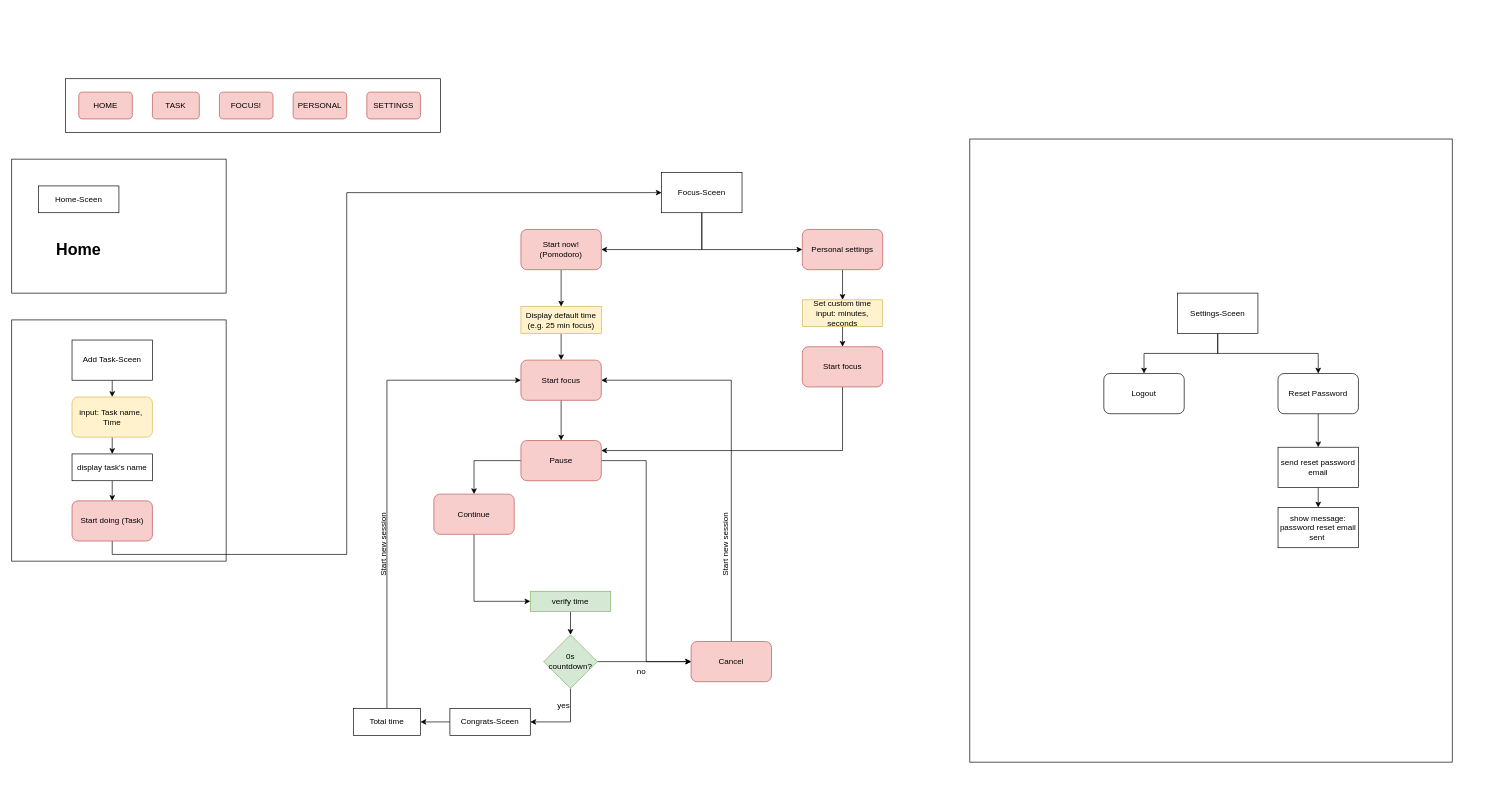
Above: page "Seite-2" (2 of 5) of Unbenanntes Diagramm.drawio in chauanhhhhh/Demo (draw.io), before the change. Source tidied: cells renumbered, new cells numbered last; positions are measured from the earlier drawing's top-left corner, leaving out a move shared by most shapes. Both pictures are drawn from the tidied source at 67%, with x=0, y=0 at pixel (11, 78).
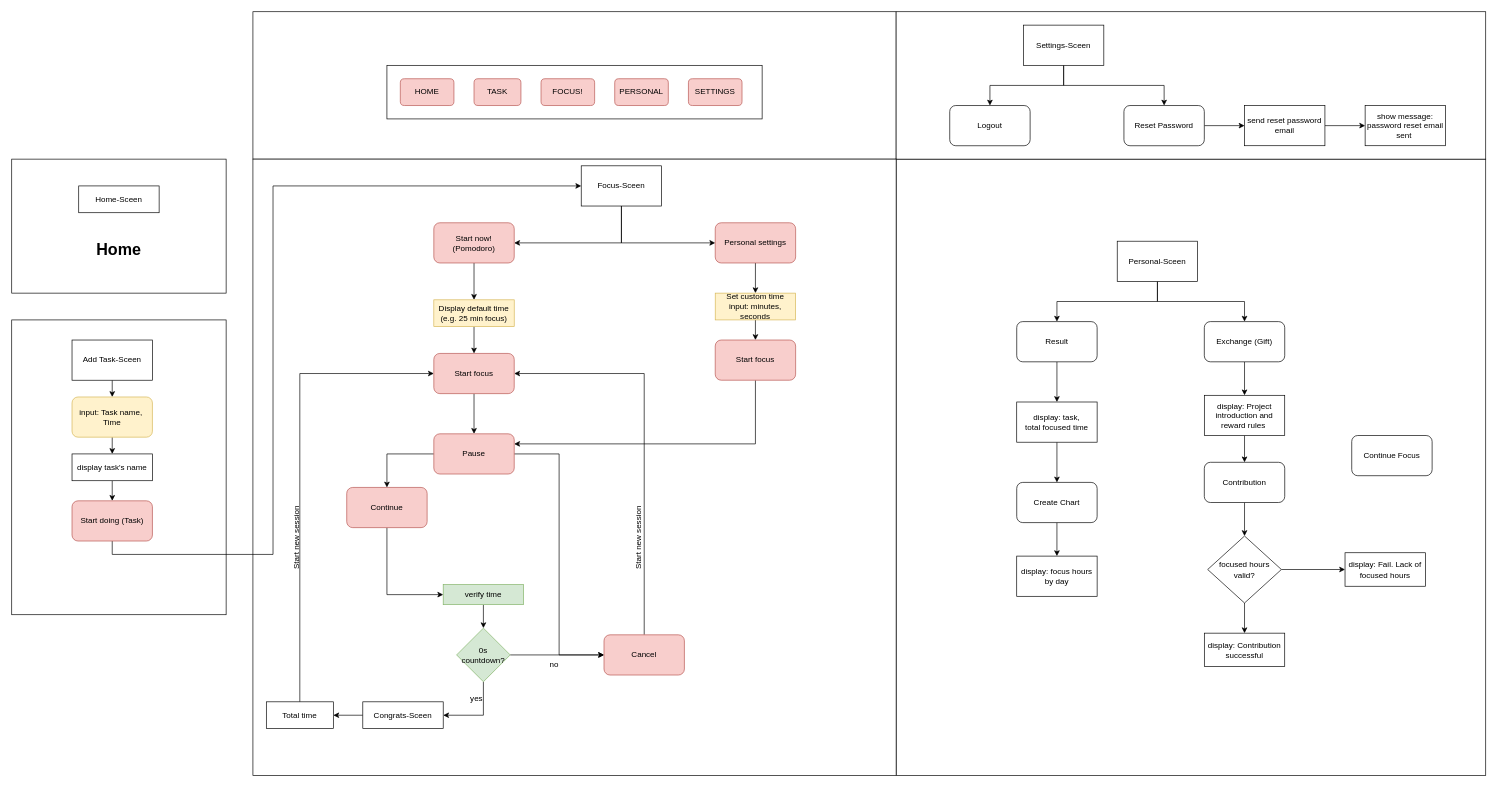
The same diagram, later.

Unchanged cells that the change refers to:
```xml
<mxCell id="17" value="Start doing (Task)" style="rounded=1;whiteSpace=wrap;html=1;fillColor=#f8cecc;strokeColor=#b85450;" parent="1" vertex="1">
  <mxGeometry x="90" y="630" width="120" height="60" as="geometry" />
</mxCell>
```

What changed in the source:
```diff
@@
+    <mxCell id="65" style="rounded=0;whiteSpace=wrap;html=1;" parent="1" vertex="1">
+      <mxGeometry x="360" y="-100" width="960" height="220" as="geometry" />
+    </mxCell>
+    <mxCell id="66" style="rounded=0;whiteSpace=wrap;html=1;" parent="1" vertex="1">
+      <mxGeometry x="1320" y="120" width="880" height="920" as="geometry" />
+    </mxCell>
+    <mxCell id="67" style="rounded=0;whiteSpace=wrap;html=1;" parent="1" vertex="1">
+      <mxGeometry x="1320" y="-100" width="880" height="220" as="geometry" />
+    </mxCell>
+    <mxCell id="68" style="rounded=0;whiteSpace=wrap;html=1;" parent="1" vertex="1">
+      <mxGeometry x="360" y="120" width="960" height="920" as="geometry" />
+    </mxCell>
     <mxCell id="2" style="rounded=0;whiteSpace=wrap;html=1;" parent="1" vertex="1">
-      <mxGeometry x="80" width="560" height="80" as="geometry" />
+      <mxGeometry x="560" y="-20" width="560" height="80" as="geometry" />
     </mxCell>
     <mxCell id="3" value="HOME" style="rounded=1;whiteSpace=wrap;html=1;fillColor=#f8cecc;strokeColor=#b85450;" parent="1" vertex="1">
-      <mxGeometry x="100" y="20" width="80" height="40" as="geometry" />
+      <mxGeometry x="580" width="80" height="40" as="geometry" />
     </mxCell>
     <mxCell id="4" value="SETTINGS" style="rounded=1;whiteSpace=wrap;html=1;fillColor=#f8cecc;strokeColor=#b85450;" parent="1" vertex="1">
-      <mxGeometry x="530" y="20" width="80" height="40" as="geometry" />
+      <mxGeometry x="1010" width="80" height="40" as="geometry" />
     </mxCell>
     <mxCell id="5" value="PERSONAL" style="rounded=1;whiteSpace=wrap;html=1;fillColor=#f8cecc;strokeColor=#b85450;" parent="1" vertex="1">
-      <mxGeometry x="420" y="20" width="80" height="40" as="geometry" />
+      <mxGeometry x="900" width="80" height="40" as="geometry" />
     </mxCell>
     <mxCell id="6" value="FOCUS!" style="rounded=1;whiteSpace=wrap;html=1;fillColor=#f8cecc;strokeColor=#b85450;" parent="1" vertex="1">
-      <mxGeometry x="310" y="20" width="80" height="40" as="geometry" />
+      <mxGeometry x="790" width="80" height="40" as="geometry" />
     </mxCell>
     <mxCell id="7" value="TASK" style="rounded=1;whiteSpace=wrap;html=1;fillColor=#f8cecc;strokeColor=#b85450;" parent="1" vertex="1">
-      <mxGeometry x="210" y="20" width="70" height="40" as="geometry" />
+      <mxGeometry x="690" width="70" height="40" as="geometry" />
     </mxCell>
@@
     <mxCell id="9" value="Home-Sceen" style="rounded=0;whiteSpace=wrap;html=1;" parent="1" vertex="1">
-      <mxGeometry x="40" y="160" width="120" height="40" as="geometry" />
+      <mxGeometry x="100" y="160" width="120" height="40" as="geometry" />
     </mxCell>
     <mxCell id="10" value="&lt;font style=&quot;font-size: 24px;&quot;&gt;&lt;b&gt;Home&lt;/b&gt;&lt;/font&gt;" style="text;html=1;align=center;verticalAlign=middle;whiteSpace=wrap;rounded=0;" parent="1" vertex="1">
-      <mxGeometry x="70" y="240" width="60" height="30" as="geometry" />
+      <mxGeometry x="130" y="240" width="60" height="30" as="geometry" />
     </mxCell>
     <mxCell id="11" style="rounded=0;whiteSpace=wrap;html=1;" parent="1" vertex="1">
-      <mxGeometry y="360" width="320" height="360" as="geometry" />
+      <mxGeometry y="360" width="320" height="440" as="geometry" />
     </mxCell>
@@
     <mxCell id="16" style="edgeStyle=orthogonalEdgeStyle;rounded=0;jettySize=auto;html=1;exitX=0.5;exitY=1;exitDx=0;exitDy=0;entryX=0;entryY=0.5;entryDx=0;entryDy=0;" parent="1" edge="1" source="17" target="20">
       <mxGeometry relative="1" as="geometry">
         <Array as="points">
           <mxPoint x="150" y="710" />
-          <mxPoint x="500" y="710" />
-          <mxPoint x="500" y="170" />
+          <mxPoint x="390" y="710" />
+          <mxPoint x="390" y="160" />
         </Array>
       </mxGeometry>
     </mxCell>
@@
     <mxCell id="20" value="Focus-Sceen" style="rounded=0;whiteSpace=wrap;html=1;" parent="1" vertex="1">
-      <mxGeometry x="970" y="140" width="120" height="60" as="geometry" />
+      <mxGeometry x="850" y="130" width="120" height="60" as="geometry" />
     </mxCell>
@@
     <mxCell id="22" value="Start now!&lt;div&gt;(Pomodoro)&lt;/div&gt;" style="rounded=1;whiteSpace=wrap;html=1;fillColor=#f8cecc;strokeColor=#b85450;" parent="1" vertex="1">
-      <mxGeometry x="760" y="225" width="120" height="60" as="geometry" />
+      <mxGeometry x="630" y="215" width="120" height="60" as="geometry" />
     </mxCell>
@@
     <mxCell id="24" value="Personal settings" style="rounded=1;whiteSpace=wrap;html=1;fillColor=#f8cecc;strokeColor=#b85450;" parent="1" vertex="1">
-      <mxGeometry x="1180" y="225" width="120" height="60" as="geometry" />
+      <mxGeometry x="1050" y="215" width="120" height="60" as="geometry" />
     </mxCell>
@@
     <mxCell id="26" value="Display default time&lt;div&gt;(e.g. 25 min focus)&lt;/div&gt;" style="rounded=0;whiteSpace=wrap;html=1;fillColor=#fff2cc;strokeColor=#d6b656;" parent="1" vertex="1">
-      <mxGeometry x="760" y="340" width="120" height="40" as="geometry" />
+      <mxGeometry x="630" y="330" width="120" height="40" as="geometry" />
     </mxCell>
@@
     <mxCell id="28" value="Start focus" style="rounded=1;whiteSpace=wrap;html=1;fillColor=#f8cecc;strokeColor=#b85450;" parent="1" vertex="1">
-      <mxGeometry x="760" y="420" width="120" height="60" as="geometry" />
+      <mxGeometry x="630" y="410" width="120" height="60" as="geometry" />
     </mxCell>
@@
     <mxCell id="31" value="Pause" style="rounded=1;whiteSpace=wrap;html=1;fillColor=#f8cecc;strokeColor=#b85450;" parent="1" vertex="1">
-      <mxGeometry x="760" y="540" width="120" height="60" as="geometry" />
+      <mxGeometry x="630" y="530" width="120" height="60" as="geometry" />
     </mxCell>
@@
     <mxCell id="33" value="Continue" style="rounded=1;whiteSpace=wrap;html=1;fillColor=#f8cecc;strokeColor=#b85450;" parent="1" vertex="1">
-      <mxGeometry x="630" y="620" width="120" height="60" as="geometry" />
+      <mxGeometry x="500" y="610" width="120" height="60" as="geometry" />
     </mxCell>
@@
     <mxCell id="36" value="0s countdown?" style="rhombus;whiteSpace=wrap;html=1;fillColor=#d5e8d4;strokeColor=#82b366;" parent="1" vertex="1">
-      <mxGeometry x="794" y="830" width="80" height="80" as="geometry" />
+      <mxGeometry x="664" y="820" width="80" height="80" as="geometry" />
     </mxCell>
@@
     <mxCell id="38" value="Congrats-Sceen" style="rounded=0;whiteSpace=wrap;html=1;" parent="1" vertex="1">
-      <mxGeometry x="654" y="940" width="120" height="40" as="geometry" />
+      <mxGeometry x="524" y="930" width="120" height="40" as="geometry" />
     </mxCell>
     <mxCell id="39" value="yes" style="text;html=1;align=center;verticalAlign=middle;whiteSpace=wrap;rounded=0;" parent="1" vertex="1">
-      <mxGeometry x="794" y="920" width="60" height="30" as="geometry" />
+      <mxGeometry x="664" y="910" width="60" height="30" as="geometry" />
     </mxCell>
@@
     <mxCell id="41" value="Cancel" style="rounded=1;whiteSpace=wrap;html=1;fillColor=#f8cecc;strokeColor=#b85450;" parent="1" vertex="1">
-      <mxGeometry x="1014" y="840" width="120" height="60" as="geometry" />
+      <mxGeometry x="884" y="830" width="120" height="60" as="geometry" />
     </mxCell>
@@
     <mxCell id="43" value="verify time" style="rounded=0;whiteSpace=wrap;html=1;fillColor=#d5e8d4;strokeColor=#82b366;" parent="1" vertex="1">
-      <mxGeometry x="774" y="765" width="120" height="30" as="geometry" />
+      <mxGeometry x="644" y="755" width="120" height="30" as="geometry" />
     </mxCell>
     <mxCell id="44" value="no" style="text;html=1;align=center;verticalAlign=middle;whiteSpace=wrap;rounded=0;" parent="1" vertex="1">
-      <mxGeometry x="910" y="870" width="60" height="30" as="geometry" />
+      <mxGeometry x="780" y="860" width="60" height="30" as="geometry" />
     </mxCell>
@@
     <mxCell id="46" value="Total time" style="rounded=0;whiteSpace=wrap;html=1;" parent="1" vertex="1">
-      <mxGeometry x="510" y="940" width="100" height="40" as="geometry" />
+      <mxGeometry x="380" y="930" width="100" height="40" as="geometry" />
     </mxCell>
     <mxCell id="47" value="Start new session" style="text;html=1;align=center;verticalAlign=middle;whiteSpace=wrap;rounded=0;rotation=270;" parent="1" vertex="1">
-      <mxGeometry x="490" y="680" width="130" height="30" as="geometry" />
+      <mxGeometry x="360" y="670" width="130" height="30" as="geometry" />
     </mxCell>
     <mxCell id="48" value="Start new session" style="text;html=1;align=center;verticalAlign=middle;whiteSpace=wrap;rounded=0;rotation=270;" parent="1" vertex="1">
-      <mxGeometry x="1000" y="680" width="130" height="30" as="geometry" />
+      <mxGeometry x="870" y="670" width="130" height="30" as="geometry" />
     </mxCell>
@@
     <mxCell id="50" value="Set custom time&lt;div&gt;input: minutes, seconds&lt;/div&gt;" style="rounded=0;whiteSpace=wrap;html=1;fillColor=#fff2cc;strokeColor=#d6b656;" parent="1" vertex="1">
-      <mxGeometry x="1180" y="330" width="120" height="40" as="geometry" />
+      <mxGeometry x="1050" y="320" width="120" height="40" as="geometry" />
     </mxCell>
@@
     <mxCell id="52" value="Start focus" style="rounded=1;whiteSpace=wrap;html=1;fillColor=#f8cecc;strokeColor=#b85450;" parent="1" vertex="1">
-      <mxGeometry x="1180" y="400" width="120" height="60" as="geometry" />
+      <mxGeometry x="1050" y="390" width="120" height="60" as="geometry" />
     </mxCell>
-    <mxCell id="53" style="rounded=0;whiteSpace=wrap;html=1;" parent="1" vertex="1">
-      <mxGeometry x="1430" y="90" width="720" height="930" as="geometry" />
-    </mxCell>
@@
     <mxCell id="56" value="Settings-Sceen" style="rounded=0;whiteSpace=wrap;html=1;" parent="1" vertex="1">
-      <mxGeometry x="1740" y="320" width="120" height="60" as="geometry" />
+      <mxGeometry x="1510" y="-80" width="120" height="60" as="geometry" />
     </mxCell>
     <mxCell id="57" value="Logout" style="rounded=1;whiteSpace=wrap;html=1;" parent="1" vertex="1">
-      <mxGeometry x="1630" y="440" width="120" height="60" as="geometry" />
+      <mxGeometry x="1400" y="40" width="120" height="60" as="geometry" />
     </mxCell>
-    <mxCell id="58" style="edgeStyle=orthogonalEdgeStyle;rounded=0;jettySize=auto;html=1;exitX=0.5;exitY=1;exitDx=0;exitDy=0;entryX=0.5;entryY=0;entryDx=0;entryDy=0;" parent="1" edge="1" source="59" target="61">
+    <mxCell id="58" style="edgeStyle=orthogonalEdgeStyle;rounded=0;jettySize=auto;html=1;exitX=1;exitY=0.5;exitDx=0;exitDy=0;" parent="1" edge="1" source="59" target="61">
       <mxGeometry relative="1" as="geometry" />
     </mxCell>
     <mxCell id="59" value="Reset Password" style="rounded=1;whiteSpace=wrap;html=1;" parent="1" vertex="1">
-      <mxGeometry x="1890" y="440" width="120" height="60" as="geometry" />
+      <mxGeometry x="1660" y="40" width="120" height="60" as="geometry" />
     </mxCell>
-    <mxCell id="60" style="edgeStyle=orthogonalEdgeStyle;rounded=0;jettySize=auto;html=1;exitX=0.5;exitY=1;exitDx=0;exitDy=0;entryX=0.5;entryY=0;entryDx=0;entryDy=0;" parent="1" edge="1" source="61" target="62">
+    <mxCell id="60" style="edgeStyle=orthogonalEdgeStyle;rounded=0;jettySize=auto;html=1;exitX=1;exitY=0.5;exitDx=0;exitDy=0;entryX=0;entryY=0.5;entryDx=0;entryDy=0;" parent="1" edge="1" source="61" target="62">
       <mxGeometry relative="1" as="geometry" />
     </mxCell>
     <mxCell id="61" value="send reset password email" style="rounded=0;whiteSpace=wrap;html=1;" parent="1" vertex="1">
-      <mxGeometry x="1890" y="550" width="120" height="60" as="geometry" />
+      <mxGeometry x="1840" y="40" width="120" height="60" as="geometry" />
     </mxCell>
     <mxCell id="62" value="show message: password reset email sent&amp;nbsp;" style="rounded=0;whiteSpace=wrap;html=1;" parent="1" vertex="1">
-      <mxGeometry x="1890" y="640" width="120" height="60" as="geometry" />
+      <mxGeometry x="2020" y="40" width="120" height="60" as="geometry" />
     </mxCell>
@@
+    <mxCell id="69" style="edgeStyle=orthogonalEdgeStyle;rounded=0;jettySize=auto;html=1;exitX=0.5;exitY=1;exitDx=0;exitDy=0;entryX=0.5;entryY=0;entryDx=0;entryDy=0;" parent="1" edge="1" source="71" target="75">
+      <mxGeometry relative="1" as="geometry" />
+    </mxCell>
+    <mxCell id="70" style="edgeStyle=orthogonalEdgeStyle;rounded=0;jettySize=auto;html=1;exitX=0.5;exitY=1;exitDx=0;exitDy=0;entryX=0.5;entryY=0;entryDx=0;entryDy=0;" parent="1" edge="1" source="71" target="73">
+      <mxGeometry relative="1" as="geometry" />
+    </mxCell>
+    <mxCell id="71" value="Personal-Sceen" style="rounded=0;whiteSpace=wrap;html=1;" parent="1" vertex="1">
+      <mxGeometry x="1650" y="242.5" width="120" height="60" as="geometry" />
+    </mxCell>
+    <mxCell id="72" style="edgeStyle=orthogonalEdgeStyle;rounded=0;jettySize=auto;html=1;exitX=0.5;exitY=1;exitDx=0;exitDy=0;entryX=0.5;entryY=0;entryDx=0;entryDy=0;" parent="1" edge="1" source="73" target="79">
+      <mxGeometry relative="1" as="geometry" />
+    </mxCell>
+    <mxCell id="73" value="Result" style="rounded=1;whiteSpace=wrap;html=1;" parent="1" vertex="1">
+      <mxGeometry x="1500" y="362.5" width="120" height="60" as="geometry" />
+    </mxCell>
+    <mxCell id="74" style="edgeStyle=orthogonalEdgeStyle;rounded=0;jettySize=auto;html=1;exitX=0.5;exitY=1;exitDx=0;exitDy=0;entryX=0.5;entryY=0;entryDx=0;entryDy=0;" parent="1" edge="1" source="75" target="77">
+      <mxGeometry relative="1" as="geometry" />
+    </mxCell>
+    <mxCell id="75" value="Exchange (Gift)" style="rounded=1;whiteSpace=wrap;html=1;" parent="1" vertex="1">
+      <mxGeometry x="1780" y="362.5" width="120" height="60" as="geometry" />
+    </mxCell>
+    <mxCell id="76" style="edgeStyle=orthogonalEdgeStyle;rounded=0;jettySize=auto;html=1;exitX=0.5;exitY=1;exitDx=0;exitDy=0;entryX=0.5;entryY=0;entryDx=0;entryDy=0;" parent="1" edge="1" source="77" target="84">
+      <mxGeometry relative="1" as="geometry" />
+    </mxCell>
+    <mxCell id="77" value="display:&amp;nbsp;Project introduction&amp;nbsp;&lt;span class=&quot;hljs-keyword&quot;&gt;and&lt;/span&gt; reward rules&amp;nbsp;" style="rounded=0;whiteSpace=wrap;html=1;" parent="1" vertex="1">
+      <mxGeometry x="1780" y="472.5" width="120" height="60" as="geometry" />
+    </mxCell>
+    <mxCell id="78" style="edgeStyle=orthogonalEdgeStyle;rounded=0;jettySize=auto;html=1;exitX=0.5;exitY=1;exitDx=0;exitDy=0;entryX=0.5;entryY=0;entryDx=0;entryDy=0;" parent="1" edge="1" source="79" target="81">
+      <mxGeometry relative="1" as="geometry" />
+    </mxCell>
+    <mxCell id="79" value="display: task,&lt;div&gt;total focused time&lt;/div&gt;" style="rounded=0;whiteSpace=wrap;html=1;" parent="1" vertex="1">
+      <mxGeometry x="1500" y="482.5" width="120" height="60" as="geometry" />
+    </mxCell>
+    <mxCell id="80" style="edgeStyle=orthogonalEdgeStyle;rounded=0;jettySize=auto;html=1;exitX=0.5;exitY=1;exitDx=0;exitDy=0;entryX=0.5;entryY=0;entryDx=0;entryDy=0;" parent="1" edge="1" source="81" target="82">
+      <mxGeometry relative="1" as="geometry" />
+    </mxCell>
+    <mxCell id="81" value="Create Chart" style="rounded=1;whiteSpace=wrap;html=1;" parent="1" vertex="1">
+      <mxGeometry x="1500" y="602.5" width="120" height="60" as="geometry" />
+    </mxCell>
+    <mxCell id="82" value="display: focus hours by day" style="rounded=0;whiteSpace=wrap;html=1;" parent="1" vertex="1">
+      <mxGeometry x="1500" y="712.5" width="120" height="60" as="geometry" />
+    </mxCell>
+    <mxCell id="83" style="edgeStyle=orthogonalEdgeStyle;rounded=0;jettySize=auto;html=1;exitX=0.5;exitY=1;exitDx=0;exitDy=0;entryX=0.5;entryY=0;entryDx=0;entryDy=0;" parent="1" edge="1" source="84" target="87">
+      <mxGeometry relative="1" as="geometry" />
+    </mxCell>
+    <mxCell id="84" value="Contribution" style="rounded=1;whiteSpace=wrap;html=1;" parent="1" vertex="1">
+      <mxGeometry x="1780" y="572.5" width="120" height="60" as="geometry" />
+    </mxCell>
+    <mxCell id="85" style="edgeStyle=orthogonalEdgeStyle;rounded=0;jettySize=auto;html=1;exitX=0.5;exitY=1;exitDx=0;exitDy=0;entryX=0.5;entryY=0;entryDx=0;entryDy=0;" parent="1" edge="1" source="87" target="88">
+      <mxGeometry relative="1" as="geometry" />
+    </mxCell>
+    <mxCell id="86" style="edgeStyle=orthogonalEdgeStyle;rounded=0;jettySize=auto;html=1;exitX=1;exitY=0.5;exitDx=0;exitDy=0;entryX=0;entryY=0.5;entryDx=0;entryDy=0;" parent="1" edge="1" source="87" target="89">
+      <mxGeometry relative="1" as="geometry" />
+    </mxCell>
+    <mxCell id="87" value="focused hours valid?" style="rhombus;whiteSpace=wrap;html=1;" parent="1" vertex="1">
+      <mxGeometry x="1785" y="682.5" width="110" height="100" as="geometry" />
+    </mxCell>
+    <mxCell id="88" value="display:&amp;nbsp;Contribution successful  " style="rounded=0;whiteSpace=wrap;html=1;" parent="1" vertex="1">
+      <mxGeometry x="1780" y="827.5" width="120" height="50" as="geometry" />
+    </mxCell>
+    <mxCell id="89" value="display: Fail. Lack of focused hours" style="rounded=0;whiteSpace=wrap;html=1;" parent="1" vertex="1">
+      <mxGeometry x="1990" y="707.5" width="120" height="50" as="geometry" />
+    </mxCell>
+    <mxCell id="90" value="Continue Focus" style="rounded=1;whiteSpace=wrap;html=1;" parent="1" vertex="1">
+      <mxGeometry x="2000" y="532.5" width="120" height="60" as="geometry" />
+    </mxCell>
```
